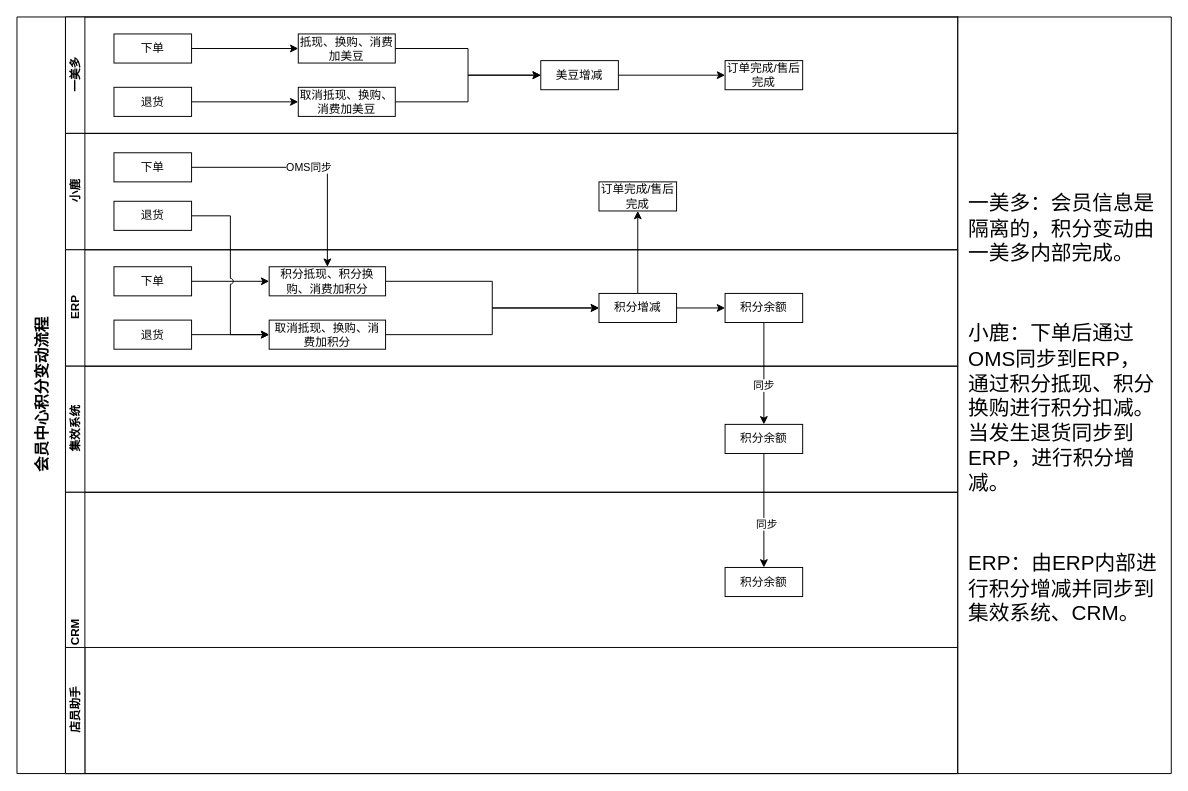
Before: page "Page-1" (1 of 4) of 会员.drawio in JustDoItHilary/HilarysTraining, a draw.io diagram. Source tidied: cells renumbered, new cells numbered last; positions are measured from the earlier drawing's top-left corner, leaving out a move shared by most shapes. Both pictures are drawn from the tidied source at 97%, with x=0, y=0 at pixel (16, 16).
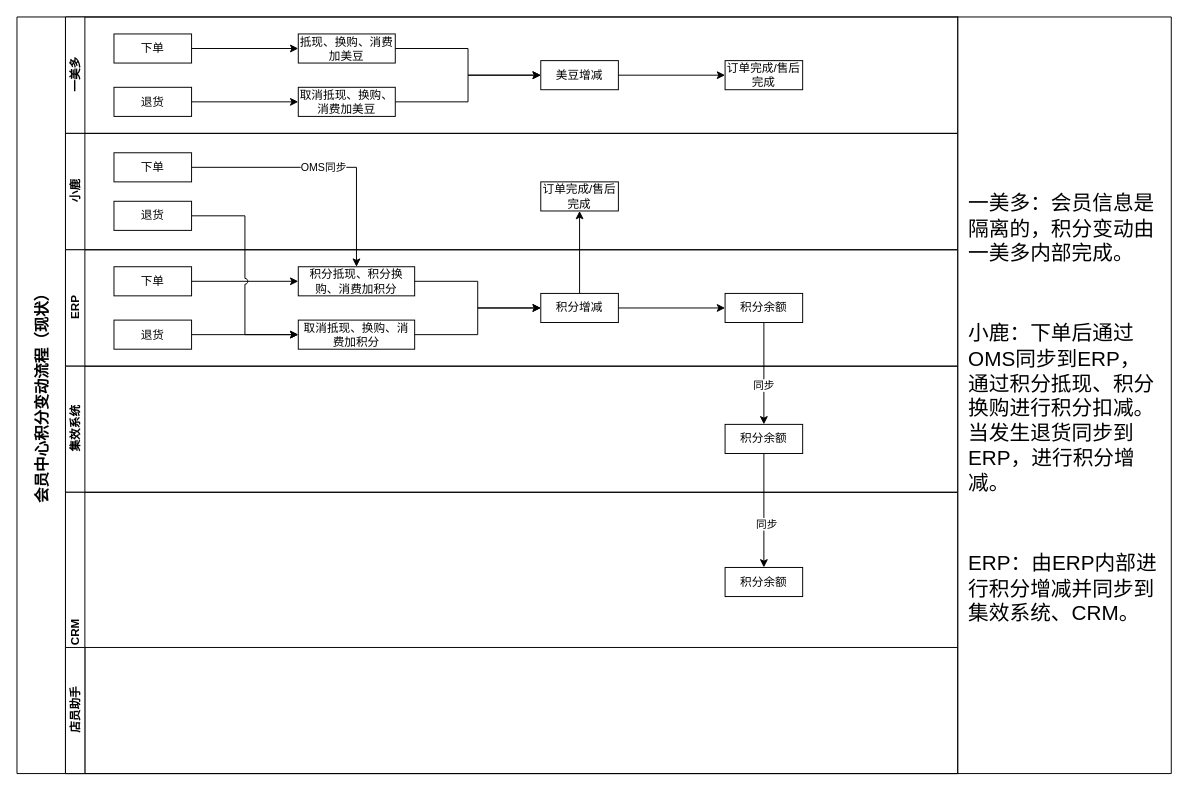
The same page after the edit.

The change refers to these unchanged cells:
```xml
<mxCell id="11" value="小鹿" style="swimlane;html=1;startSize=20;horizontal=0;" parent="2" vertex="1">
  <mxGeometry x="50" y="120" width="920" height="120" as="geometry" />
</mxCell>
<mxCell id="17" value="ERP" style="swimlane;html=1;startSize=20;horizontal=0;" parent="2" vertex="1">
  <mxGeometry x="50" y="240" width="920" height="120" as="geometry" />
</mxCell>
```

Change to the diagram source:
```diff
@@
-    <mxCell id="2" value="&lt;font style=&quot;font-size: 16px&quot;&gt;会员中心积分变动流程&lt;/font&gt;" style="swimlane;html=1;horizontal=0;startSize=50;" parent="1" vertex="1">
+    <mxCell id="2" value="&lt;font style=&quot;font-size: 16px&quot;&gt;会员中心积分变动流程（现状）&lt;/font&gt;" style="swimlane;html=1;horizontal=0;startSize=50;" parent="1" vertex="1">
       <mxGeometry width="970" height="780" as="geometry" />
     </mxCell>
@@
     <mxCell id="13" value="订单完成/售后完成" style="rounded=0;whiteSpace=wrap;html=1;" parent="11" vertex="1">
-      <mxGeometry x="550" y="50" width="80" height="30" as="geometry" />
+      <mxGeometry x="490" y="50" width="80" height="30" as="geometry" />
     </mxCell>
@@
     <mxCell id="18" value="积分抵现、积分换购、消费加积分" style="rounded=0;whiteSpace=wrap;html=1;" parent="17" vertex="1">
-      <mxGeometry x="210" y="17.5" width="120" height="30" as="geometry" />
+      <mxGeometry x="240" y="17.5" width="120" height="30" as="geometry" />
     </mxCell>
     <mxCell id="19" value="积分增减" style="rounded=0;whiteSpace=wrap;html=1;" parent="17" vertex="1">
-      <mxGeometry x="550" y="45" width="80" height="30" as="geometry" />
+      <mxGeometry x="490" y="45" width="80" height="30" as="geometry" />
     </mxCell>
@@
     <mxCell id="21" value="取消抵现、换购、消费加积分" style="rounded=0;whiteSpace=wrap;html=1;" parent="17" vertex="1">
-      <mxGeometry x="210" y="72.5" width="120" height="30" as="geometry" />
+      <mxGeometry x="240" y="72.5" width="120" height="30" as="geometry" />
     </mxCell>
```
